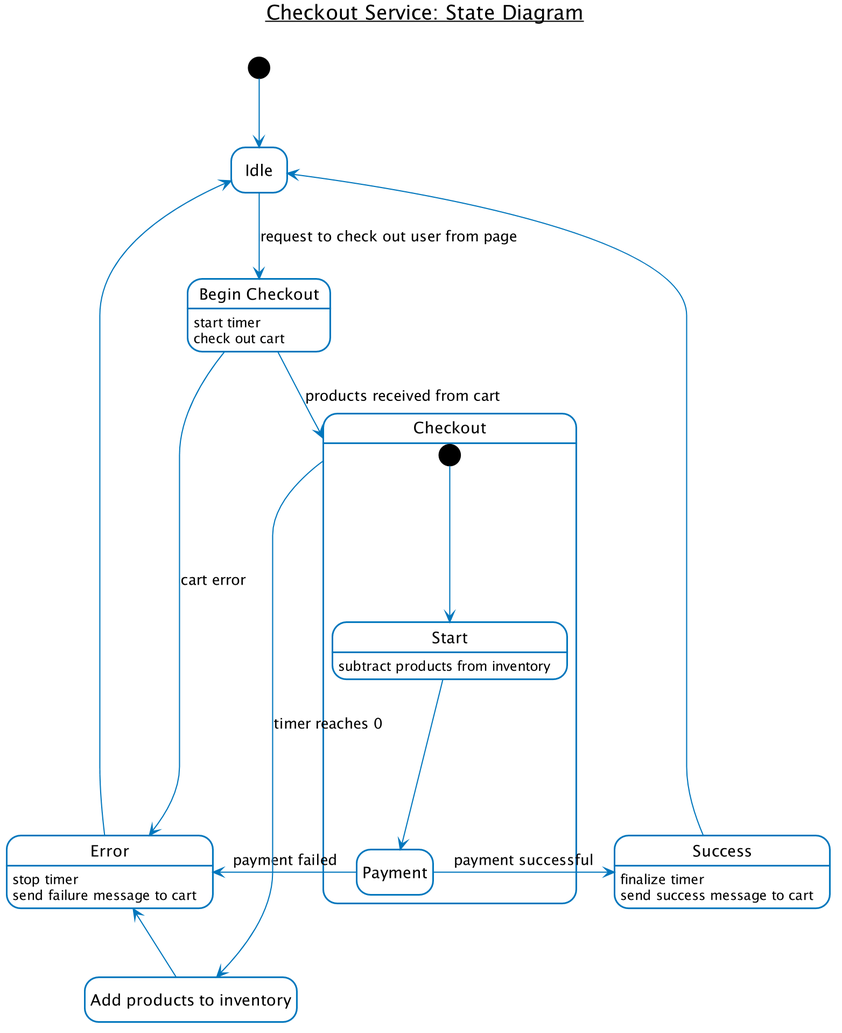
The PlantUML diagram doc/diagrams/checkout-service.png in BU-NU-CLOUD-F19/Cloud_Based_E-Commerce_Platform, before a commit. The source it was exported from:
```plantuml
@startuml







skinparam {
}





skinparam {

    DPI 200
    Shadowing false
    DefaultFontName Roboto Condensed
    DefaultMonospacedFontName Inconsolata
    DefaultFontColor #000


    ArrowColor #0277BD
    ActivityBorderColor #0277BD
    ActivityDiamondBorderColor #0277BD
    ActorBorderColor #0277BD
    AgentBorderColor #0277BD
    ArtifactBorderColor #0277BD
    BoundaryBorderColor #0277BD
    ClassBorderColor #0277BD
    CloudBorderColor #0277BD
    CollectionsBorderColor #0277BD
    ComponentBorderColor #0277BD
    ControlBorderColor #0277BD
    DatabaseBorderColor #0277BD
    EntityBorderColor #0277BD
    FileBorderColor #0277BD
    FolderBorderColor #0277BD
    FrameBorderColor #0277BD
    InterfaceBorderColor #0277BD
    LegendBorderColor #0277BD
    NodeBorderColor #0277BD
    NoteBorderColor #0277BD
    ObjectBorderColor #0277BD
    PackageBorderColor #0277BD
    ParticipantBorderColor #0277BD
    PartitionBorderColor #0277BD
    QueueBorderColor #0277BD
    RectangleBorderColor #0277BD
    SequenceBoxBorderColor #0277BD
    SequenceDividerBorderColor #0277BD
    SequenceGroupBorderColor #0277BD
    SequenceLifeLineBorderColor #0277BD
    SequenceReferenceBorderColor #0277BD
    StackBorderColor #0277BD
    StateBorderColor #0277BD
    StorageBorderColor #0277BD
    SwimlaneBorderColor #0277BD
    UsecaseBorderColor #0277BD


    ActivityBackgroundColor #FFF
    ActivityDiamondBackgroundColor #FFF
    ActorBackgroundColor #FFF
    AgentBackgroundColor #FFF
    ArtifactBackgroundColor #FFF
    BackgroundColor #FFF
    BoundaryBackgroundColor #FFF
    ClassBackgroundColor #FFF
    ClassHeaderBackgroundColor #FFF
    CloudBackgroundColor #FFF
    CollectionsBackgroundColor #FFF
    ComponentBackgroundColor #FFF
    ControlBackgroundColor #FFF
    DatabaseBackgroundColor #FFF
    EntityBackgroundColor #FFF
    FileBackgroundColor #FFF
    FolderBackgroundColor #FFF
    FrameBackgroundColor #FFF
    IconPackageBackgroundColor #FFF
    IconPrivateBackgroundColor #FFF
    IconProtectedBackgroundColor #FFF
    IconPublicBackgroundColor #FFF
    InterfaceBackgroundColor #FFF
    LegendBackgroundColor #FFF
    NodeBackgroundColor #FFF
    NoteBackgroundColor #FFF
    ObjectBackgroundColor #FFF
    PackageBackgroundColor #FFF
    ParticipantBackgroundColor #FFF
    PartitionBackgroundColor #FFF
    QueueBackgroundColor #FFF
    RectangleBackgroundColor #FFF
    SequenceBoxBackgroundColor #FFF
    SequenceDividerBackgroundColor #FFF
    SequenceGroupBackgroundColor #FFF
    SequenceGroupBodyBackgroundColor #FFF
    SequenceLifeLineBackgroundColor #FFF
    SequenceReferenceBackgroundColor #FFF
    SequenceReferenceHeaderBackgroundColor #FFF
    StackBackgroundColor #FFF
    StateBackgroundColor #FFF
    StereotypeABackgroundColor #FFF
    StereotypeCBackgroundColor #FFF
    StereotypeEBackgroundColor #FFF
    StereotypeIBackgroundColor #FFF
    StereotypeNBackgroundColor #FFF
    StorageBackgroundColor #FFF
    TitleBackgroundColor #FFF
    UsecaseBackgroundColor #FFF




    roundcorner 8

    NoteFontName Roboto Condensed
    NoteFontStyle Italic

}
title __Checkout Service: State Diagram__\n
hide empty description

[*] -d-> Idle
Idle -d-> begin : request to check out user from page
  state "Begin Checkout" as begin
  begin : start timer
  begin : check out cart

begin -right-> Error : cart error
  Error : stop timer
  Error : send failure message to cart

begin -down-> checkout : products received from cart
  state "Checkout" as checkout {
    [*] --> Start
      Start : subtract products from inventory
    Start --> Payment
  }
Payment -left-> Success : payment successful
  Success : finalize timer
  Success : send success message to cart
Success -up-> Idle

Payment -right-> Error : payment failed

checkout -right-> readd_products : timer reaches 0
  state "Add products to inventory" as readd_products
readd_products -up-> Error

Error -up-> Idle
@enduml
```
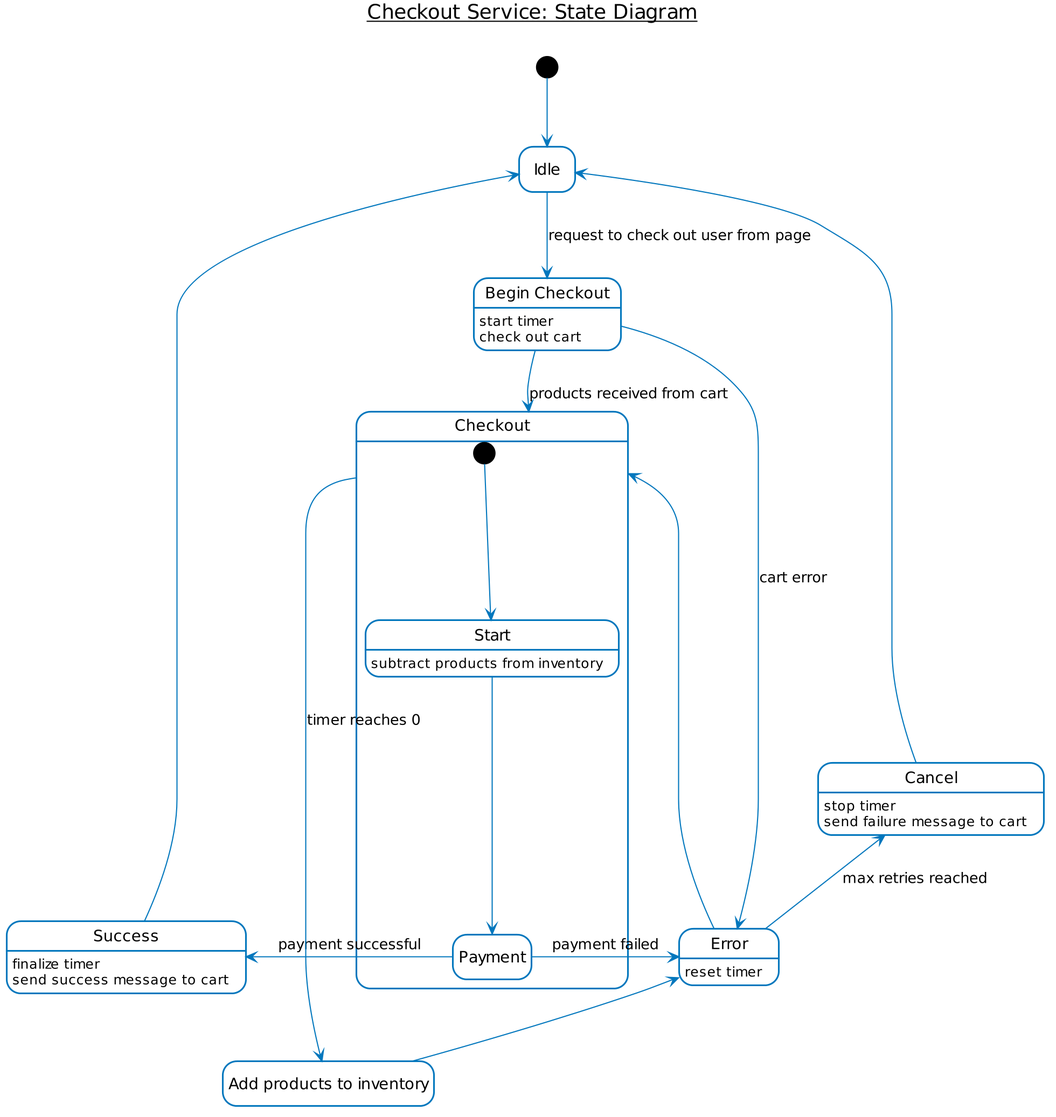
The same diagram one commit later.

What changed in the source:
```diff
@@ -130,8 +130,7 @@
   begin : check out cart
 
 begin -right-> Error : cart error
-  Error : stop timer
-  Error : send failure message to cart
+  Error : reset timer
 
 begin -down-> checkout : products received from cart
   state "Checkout" as checkout {
@@ -150,5 +149,11 @@
   state "Add products to inventory" as readd_products
 readd_products -up-> Error
 
-Error -up-> Idle
+Error -up-> Cancel : max retries reached
+  Cancel : stop timer
+  Cancel : send failure message to cart
+Cancel -up-> Idle
+
+Error -up-> checkout
+
 @enduml
```
